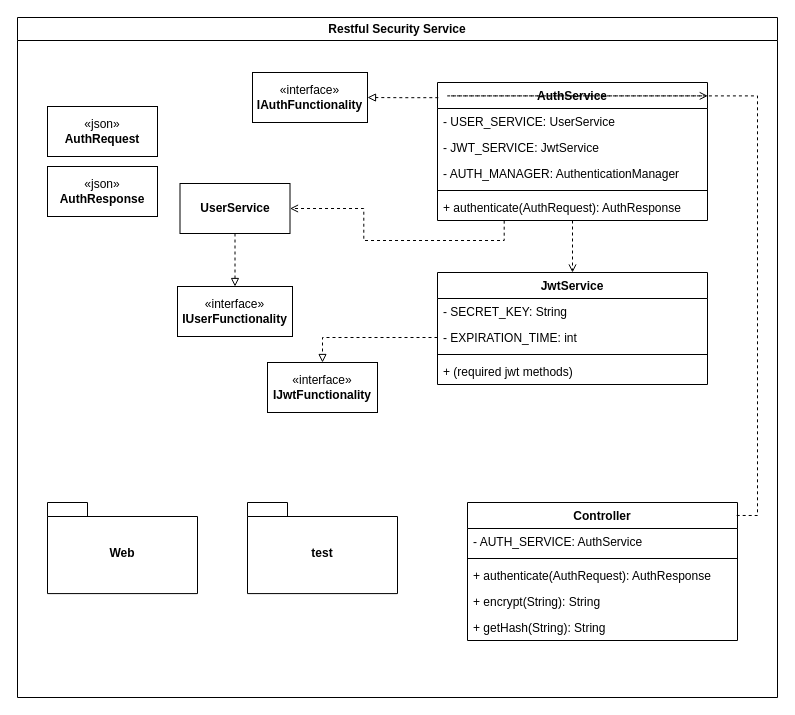
This is diagrams/security_service_class_diagram.drawio from NM4TT/Restful-CRUD-App, a draw.io file, before an edit. Source tidied: cells renumbered, new cells numbered last; positions are measured from the earlier drawing's top-left corner, leaving out a move shared by most shapes. Both pictures are drawn from the tidied source at 100%, with x=0, y=0 at pixel (17, 17).
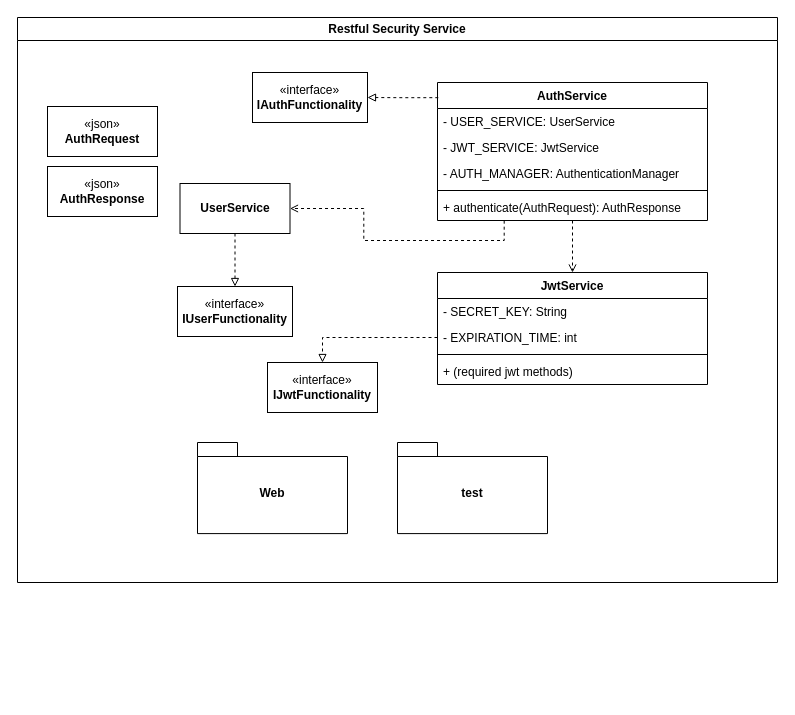
Above is the later version.

Commit message (it also covers changes not shown here):
Redesign diagrams & do grammar corrections in README.md

Unchanged cells that the change refers to:
```xml
<mxCell id="7" value="AuthService" style="swimlane;fontStyle=1;align=center;verticalAlign=top;horizontal=1;startSize=26;whiteSpace=wrap;html=1;" parent="2" vertex="1">
  <mxGeometry x="420" y="65" width="270" height="138" as="geometry" />
</mxCell>
```

Diff of the diagram source:
```diff
@@
     <mxCell id="2" value="Restful Security Service" style="swimlane;whiteSpace=wrap;html=1;startSize=23;" parent="1" vertex="1">
-      <mxGeometry width="760" height="680" as="geometry" />
+      <mxGeometry width="760" height="565" as="geometry" />
     </mxCell>
     <mxCell id="3" value="test" style="shape=folder;fontStyle=1;spacingTop=10;tabWidth=40;tabHeight=14;tabPosition=left;html=1;whiteSpace=wrap;" parent="2" vertex="1">
-      <mxGeometry x="230" y="485" width="150" height="91.1" as="geometry" />
+      <mxGeometry x="380" y="425" width="150" height="91.1" as="geometry" />
     </mxCell>
@@
-    <mxCell id="26" value="Controller" style="swimlane;fontStyle=1;align=center;verticalAlign=top;horizontal=1;startSize=26;whiteSpace=wrap;html=1;" parent="2" vertex="1">
-      <mxGeometry x="450" y="485" width="270" height="138" as="geometry" />
-    </mxCell>
-    <mxCell id="27" value="- AUTH_SERVICE: AuthService" style="text;strokeColor=none;fillColor=none;align=left;verticalAlign=top;spacingLeft=4;spacingRight=4;overflow=hidden;whiteSpace=wrap;html=1;" parent="26" vertex="1">
-      <mxGeometry y="26" width="270" height="26" as="geometry" />
-    </mxCell>
-    <mxCell id="28" style="line;strokeWidth=1;fillColor=none;align=left;verticalAlign=middle;spacingTop=-1;spacingLeft=3;spacingRight=3;labelPosition=right;strokeColor=inherit;" parent="26" vertex="1">
-      <mxGeometry y="52" width="270" height="8" as="geometry" />
-    </mxCell>
-    <mxCell id="29" value="+ authenticate(AuthRequest): AuthResponse" style="text;strokeColor=none;fillColor=none;align=left;verticalAlign=top;spacingLeft=4;spacingRight=4;overflow=hidden;whiteSpace=wrap;html=1;" parent="26" vertex="1">
-      <mxGeometry y="60" width="270" height="26" as="geometry" />
-    </mxCell>
-    <mxCell id="30" value="+ encrypt(String): String" style="text;strokeColor=none;fillColor=none;align=left;verticalAlign=top;spacingLeft=4;spacingRight=4;overflow=hidden;whiteSpace=wrap;html=1;" parent="26" vertex="1">
-      <mxGeometry y="86" width="270" height="26" as="geometry" />
-    </mxCell>
-    <mxCell id="31" value="+ getHash(String): String" style="text;strokeColor=none;fillColor=none;align=left;verticalAlign=top;spacingLeft=4;spacingRight=4;overflow=hidden;whiteSpace=wrap;html=1;" parent="26" vertex="1">
-      <mxGeometry y="112" width="270" height="26" as="geometry" />
-    </mxCell>
-    <mxCell id="32" style="edgeStyle=orthogonalEdgeStyle;rounded=0;jettySize=auto;html=1;entryX=1.001;entryY=0.097;entryDx=0;entryDy=0;entryPerimeter=0;exitX=0.997;exitY=0.094;exitDx=0;exitDy=0;exitPerimeter=0;endArrow=open;endFill=0;dashed=1;" parent="2" edge="1" source="26" target="7">
-      <mxGeometry relative="1" as="geometry" />
-    </mxCell>
     <mxCell id="33" value="Web" style="shape=folder;fontStyle=1;spacingTop=10;tabWidth=40;tabHeight=14;tabPosition=left;html=1;whiteSpace=wrap;" parent="2" vertex="1">
-      <mxGeometry x="30" y="485" width="150" height="91.1" as="geometry" />
+      <mxGeometry x="180" y="425" width="150" height="91.1" as="geometry" />
     </mxCell>
```
